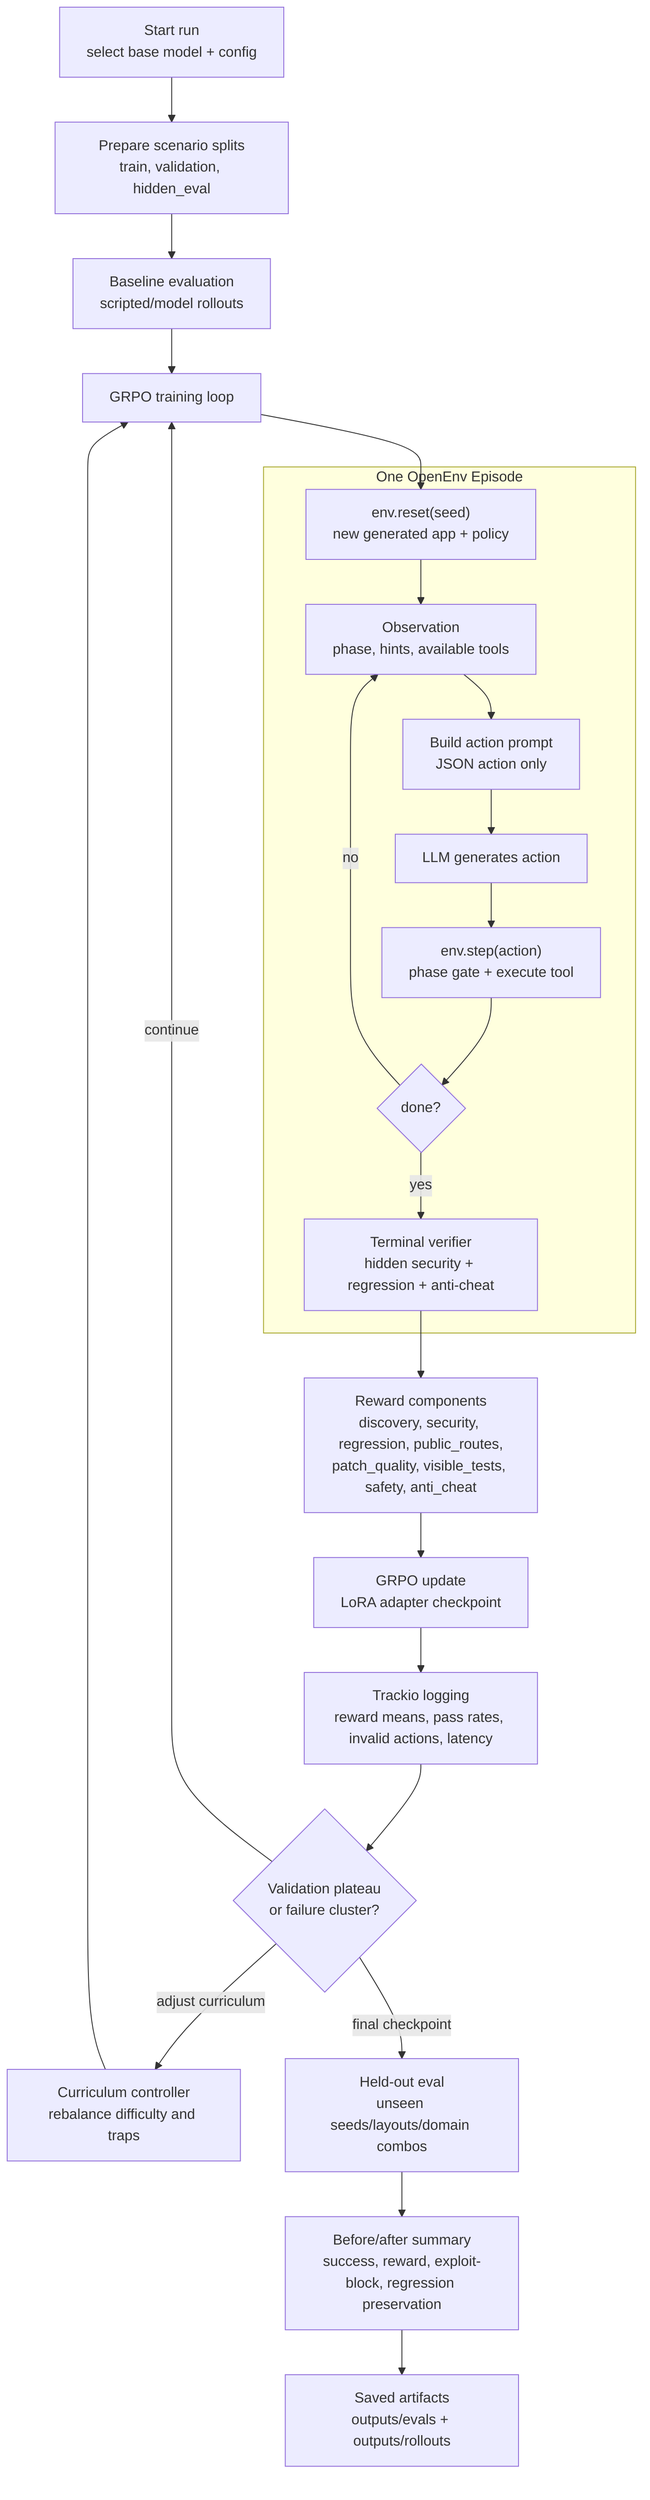
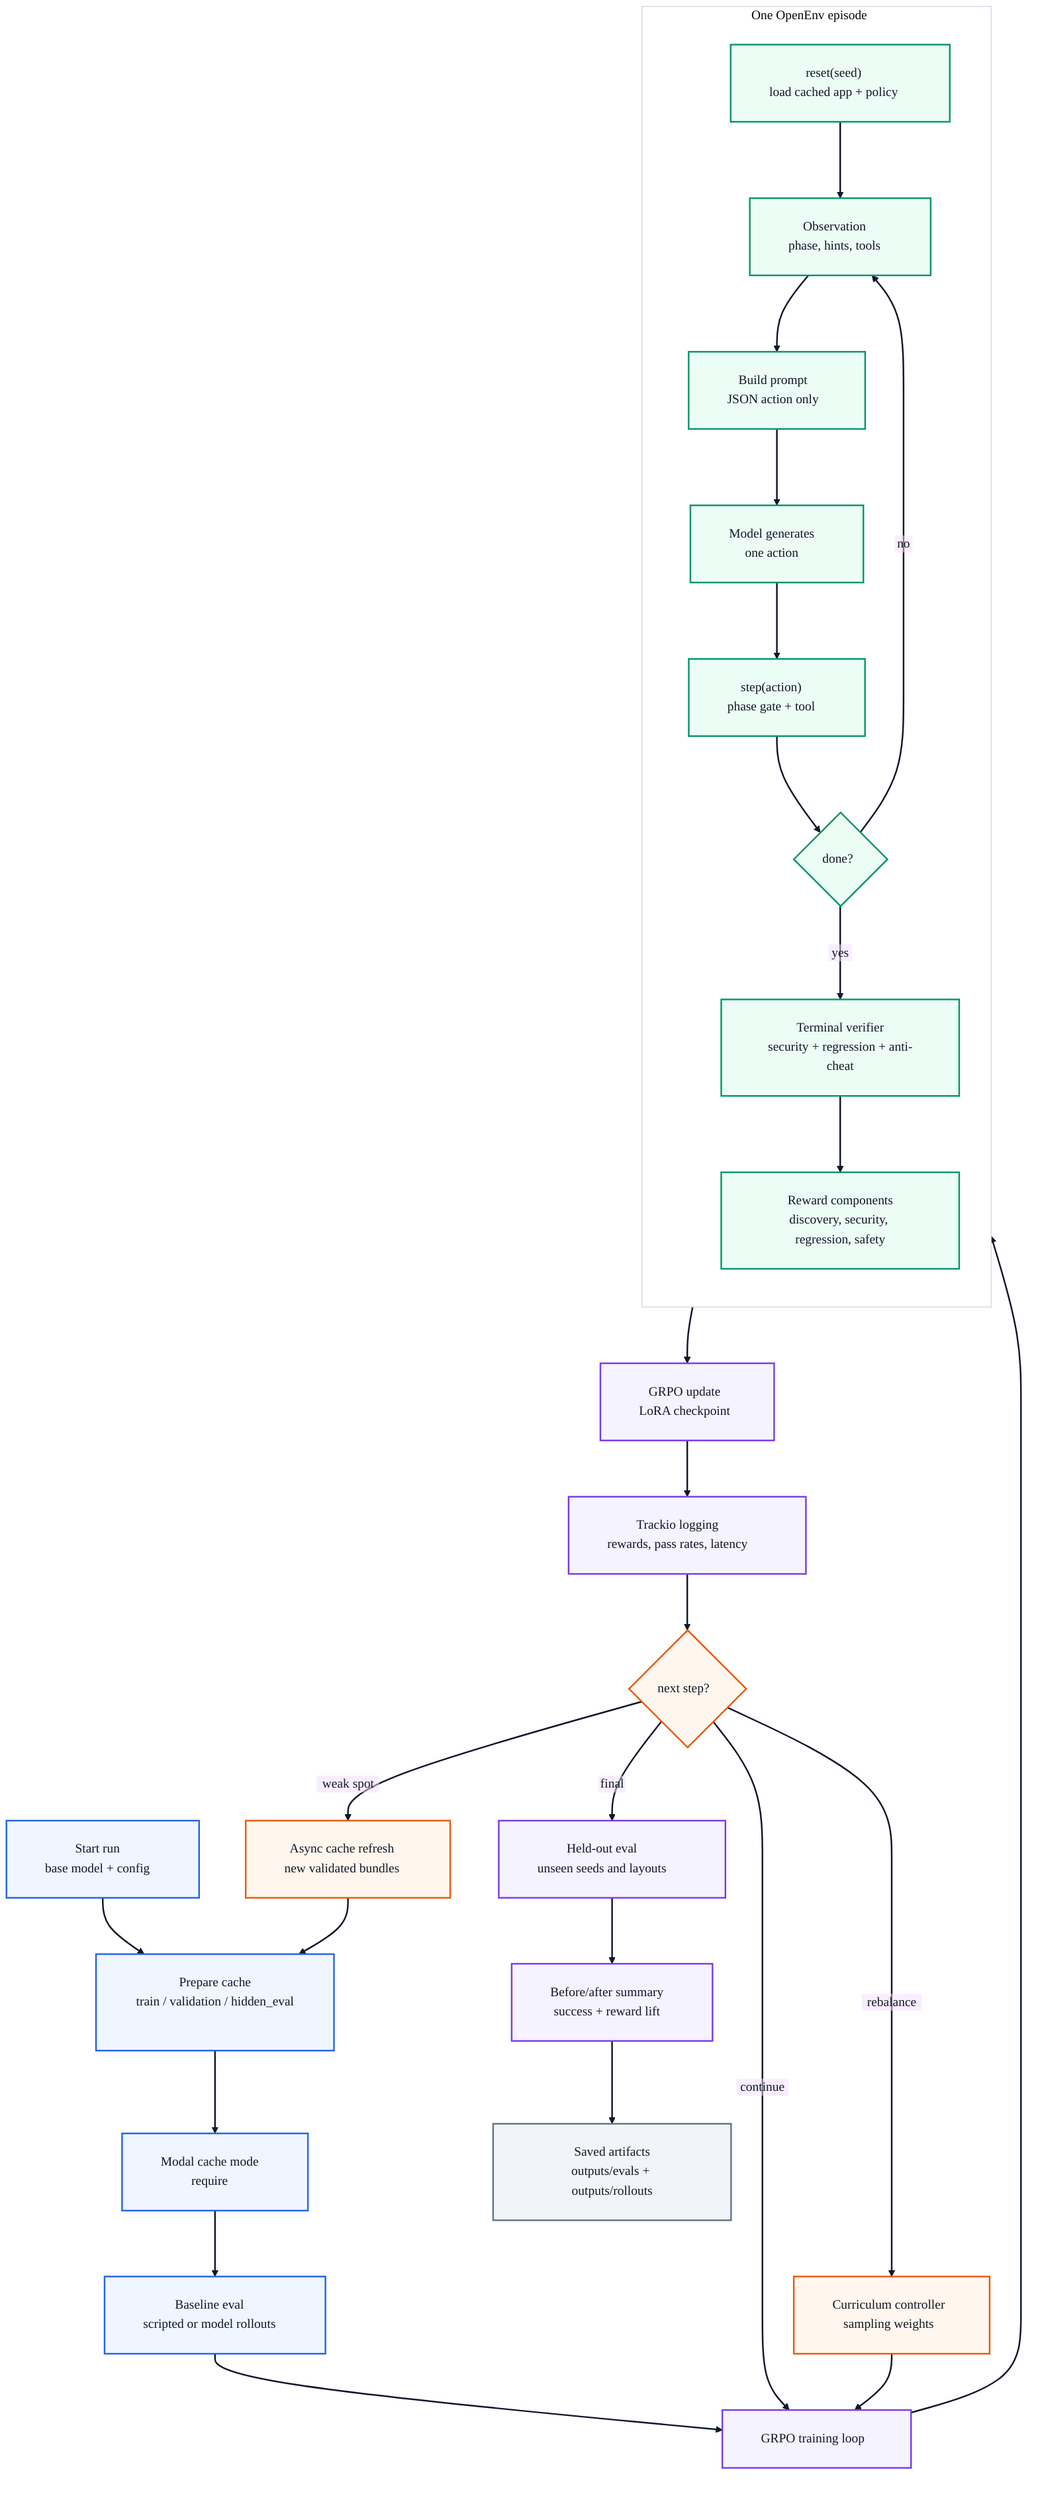
+ %%{init: {"theme": "base", "themeVariables": {"fontFamily": "Arial, Helvetica, sans-serif", "primaryTextColor": "#111827", "lineColor": "#0f172a", "clusterBkg": "#ffffff", "clusterBorder": "#cbd5e1"}, "flowchart": {"htmlLabels": false, "curve": "basis", "nodeSpacing": 58, "rankSpacing": 70, "padding": 24}}}%%
flowchart TD
-     Start["Start run\nselect base model + config"] --> Cache["Prepare scenario splits\ntrain, validation, hidden_eval"]
-     Cache --> Baseline["Baseline evaluation\nscripted/model rollouts"]
+     classDef setup fill:#eff6ff,stroke:#2563eb,stroke-width:2px,color:#111827;
+     classDef episode fill:#ecfdf5,stroke:#059669,stroke-width:2px,color:#111827;
+     classDef train fill:#f5f3ff,stroke:#7c3aed,stroke-width:2px,color:#111827;
+     classDef adapt fill:#fff7ed,stroke:#ea580c,stroke-width:2px,color:#111827;
+     classDef artifact fill:#f1f5f9,stroke:#64748b,stroke-width:2px,color:#111827;
+ 
+     Start["Start run\nbase model + config"] --> Cache["Prepare cache\ntrain / validation / hidden_eval"]
+     Cache --> Require["Modal cache mode\nrequire"]
+     Require --> Baseline["Baseline eval\nscripted or model rollouts"]
    Baseline --> TrainLoop["GRPO training loop"]

-     subgraph Episode["One OpenEnv Episode"]
-         Reset["env.reset(seed)\nnew generated app + policy"] --> Observe["Observation\nphase, hints, available tools"]
-         Observe --> Prompt["Build action prompt\nJSON action only"]
-         Prompt --> Generate["LLM generates action"]
-         Generate --> Step["env.step(action)\nphase gate + execute tool"]
-         Step --> Intermediate{"done?"}
-         Intermediate -- "no" --> Observe
-         Intermediate -- "yes" --> Final["Terminal verifier\nhidden security + regression + anti-cheat"]
+     subgraph Episode["One OpenEnv episode"]
+         direction TB
+         Reset["reset(seed)\nload cached app + policy"] --> Observe["Observation\nphase, hints, tools"]
+         Observe --> Prompt["Build prompt\nJSON action only"]
+         Prompt --> Generate["Model generates\none action"]
+         Generate --> Step["step(action)\nphase gate + tool"]
+         Step --> Done{"done?"}
+         Done -- no --> Observe
+         Done -- yes --> Verify["Terminal verifier\nsecurity + regression + anti-cheat"]
+         Verify --> Rewards["Reward components\ndiscovery, security, regression, safety"]
    end

    TrainLoop --> Reset
-     Final --> Rewards["Reward components\ndiscovery, security, regression, public_routes,\npatch_quality, visible_tests, safety, anti_cheat"]
-     Rewards --> Update["GRPO update\nLoRA adapter checkpoint"]
-     Update --> Metrics["Trackio logging\nreward means, pass rates, invalid actions, latency"]
-     Metrics --> Validate{"Validation plateau\nor failure cluster?"}
-     Validate -- "continue" --> TrainLoop
-     Validate -- "adjust curriculum" --> Curriculum["Curriculum controller\nrebalance difficulty and traps"]
+     Rewards --> Update["GRPO update\nLoRA checkpoint"]
+     Update --> Metrics["Trackio logging\nrewards, pass rates, latency"]
+     Metrics --> Decision{"next step?"}
+     Decision -- continue --> TrainLoop
+     Decision -- rebalance --> Curriculum["Curriculum controller\nsampling weights"]
    Curriculum --> TrainLoop
-     Validate -- "final checkpoint" --> Heldout["Held-out eval\nunseen seeds/layouts/domain combos"]
-     Heldout --> Compare["Before/after summary\nsuccess, reward, exploit-block, regression preservation"]
+     Decision -- weak spot --> Refresh["Async cache refresh\nnew validated bundles"]
+     Refresh --> Cache
+     Decision -- final --> Heldout["Held-out eval\nunseen seeds and layouts"]
+     Heldout --> Compare["Before/after summary\nsuccess + reward lift"]
    Compare --> Artifacts["Saved artifacts\noutputs/evals + outputs/rollouts"]
+ 
+     class Start,Cache,Require,Baseline setup;
+     class Reset,Observe,Prompt,Generate,Step,Done,Verify,Rewards episode;
+     class TrainLoop,Update,Metrics,Heldout,Compare train;
+     class Decision,Curriculum,Refresh adapt;
+     class Artifacts artifact;
+     linkStyle default stroke:#0f172a,stroke-width:2px;
